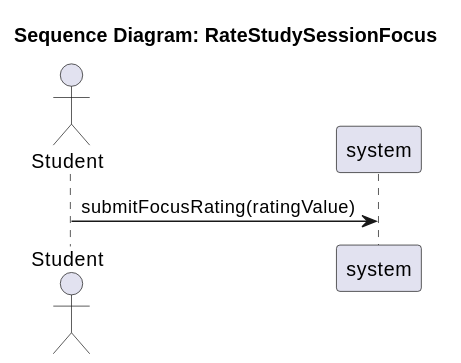
This is Documentation/Analysis/ssds/StudyHelper_RateStudySessionFocus.ssd.svg from SEP4Real/SEP4, a PlantUML export, as it was before one commit. The source it was exported from:
```plantuml
@startuml
title Sequence Diagram: RateStudySessionFocus
actor "Student" as Actor
participant "system" as System

Actor -> System : submitFocusRating(ratingValue)
@enduml
```
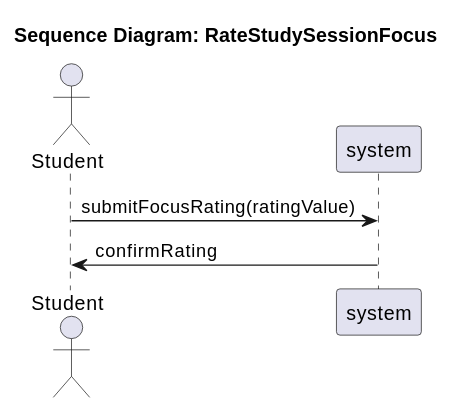
The same file after the commit.

What changed in the source:
```diff
@@ -4,4 +4,5 @@
 participant "system" as System
 
 Actor -> System : submitFocusRating(ratingValue)
+System -> Actor : confirmRating
 @enduml
```
